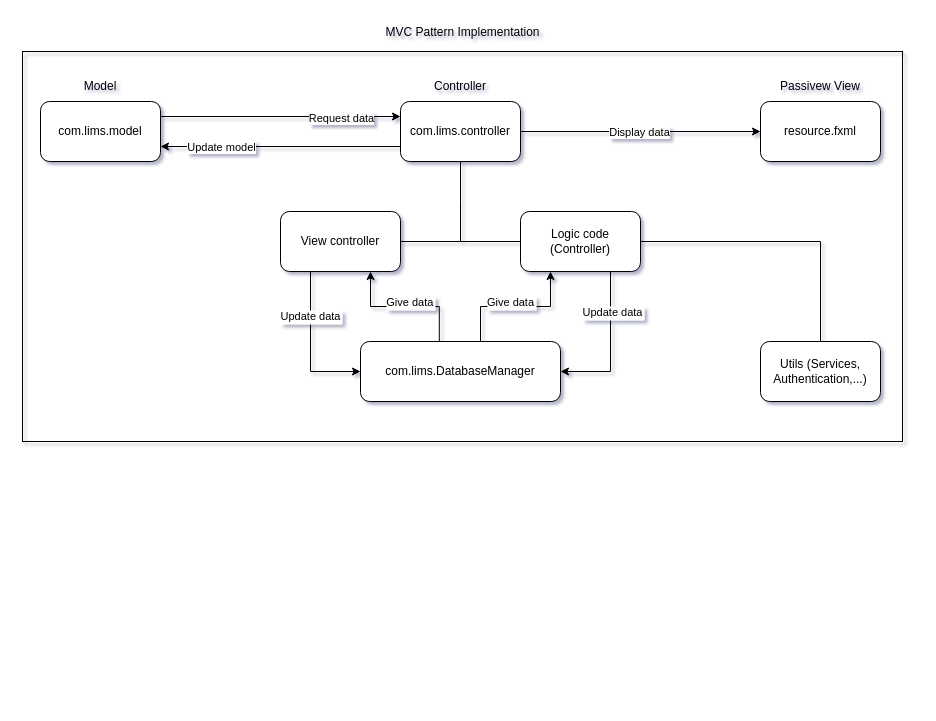
Before: docs/JavaLims Project Architecture.drawio in lgthevinh/java-lims, a draw.io diagram. Source tidied: cells renumbered, new cells numbered last; positions are measured from the earlier drawing's top-left corner, leaving out a move shared by most shapes. Both pictures are drawn from the tidied source at 100%, with x=0, y=0 at pixel (22, 17).
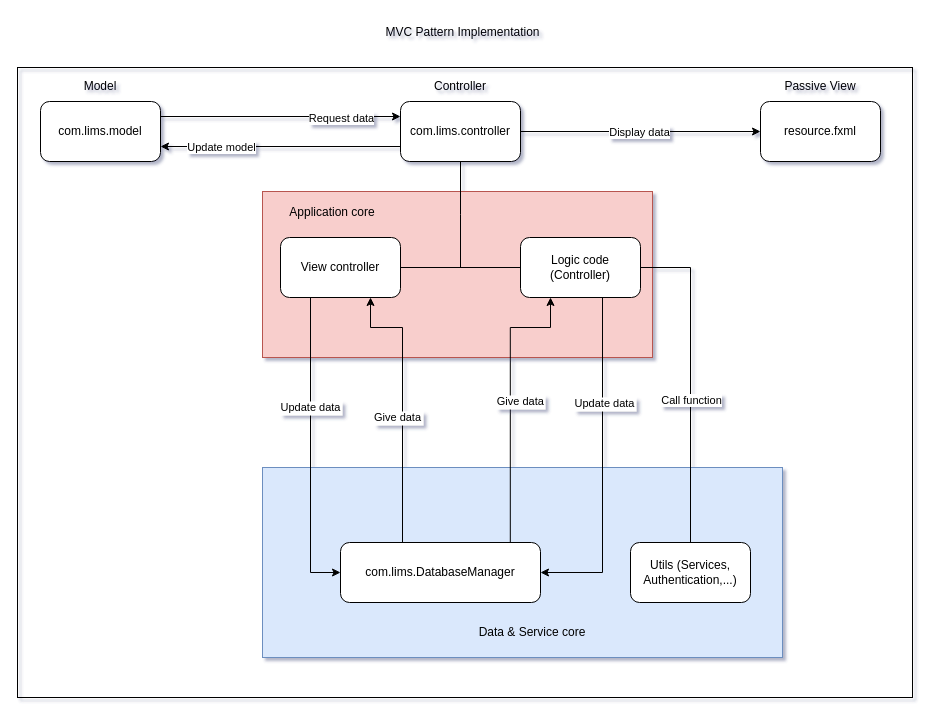
The same page after the edit.

The change refers to these unchanged cells:
```xml
<mxCell id="10" value="com.lims.controller" style="rounded=1;whiteSpace=wrap;html=1;" parent="1" vertex="1">
  <mxGeometry x="378" y="84" width="120" height="60" as="geometry" />
</mxCell>
<mxCell id="29" style="edgeStyle=orthogonalEdgeStyle;rounded=0;jettySize=auto;html=1;exitX=0.5;exitY=0;exitDx=0;exitDy=0;entryX=1;entryY=0.5;entryDx=0;entryDy=0;endArrow=none;endFill=0;" parent="1" edge="1" source="30" target="28">
  <mxGeometry relative="1" as="geometry" />
</mxCell>
```

Diff of the diagram source:
```diff
@@
     <mxCell id="2" style="rounded=0;whiteSpace=wrap;html=1;fillColor=none;" parent="1" vertex="1">
-      <mxGeometry y="34" width="880" height="390" as="geometry" />
+      <mxGeometry x="-5" y="50" width="895" height="630" as="geometry" />
     </mxCell>
+    <mxCell id="31" style="rounded=0;whiteSpace=wrap;html=1;fillColor=#dae8fc;strokeColor=#6c8ebf;" parent="1" vertex="1">
+      <mxGeometry x="240" y="450" width="520" height="190" as="geometry" />
+    </mxCell>
+    <mxCell id="32" style="rounded=0;whiteSpace=wrap;html=1;fillColor=#f8cecc;fillStyle=solid;strokeColor=#b85450;" parent="1" vertex="1">
+      <mxGeometry x="240" y="174" width="390" height="166" as="geometry" />
+    </mxCell>
@@
     <mxCell id="7" style="edgeStyle=orthogonalEdgeStyle;rounded=0;jettySize=auto;html=1;endArrow=none;endFill=0;" parent="1" edge="1" source="10">
       <mxGeometry relative="1" as="geometry">
-        <mxPoint x="438" y="224" as="targetPoint" />
+        <mxPoint x="438" y="250" as="targetPoint" />
       </mxGeometry>
     </mxCell>
@@
-    <mxCell id="14" value="Passivew View" style="text;html=1;align=center;verticalAlign=middle;whiteSpace=wrap;rounded=0;" parent="1" vertex="1">
+    <mxCell id="14" value="Passive View" style="text;html=1;align=center;verticalAlign=middle;whiteSpace=wrap;rounded=0;" parent="1" vertex="1">
       <mxGeometry x="748" y="54" width="100" height="30" as="geometry" />
     </mxCell>
-    <mxCell id="15" style="edgeStyle=orthogonalEdgeStyle;rounded=0;orthogonalLoop=1;jettySize=auto;html=1;entryX=0.25;entryY=1;entryDx=0;entryDy=0;exitX=0.75;exitY=0;exitDx=0;exitDy=0;" parent="1" edge="1">
+    <mxCell id="15" style="edgeStyle=orthogonalEdgeStyle;rounded=0;jettySize=auto;html=1;entryX=0.25;entryY=1;entryDx=0;entryDy=0;exitX=0.849;exitY=0.024;exitDx=0;exitDy=0;exitPerimeter=0;" parent="1" edge="1" source="19" target="28">
       <mxGeometry relative="1" as="geometry">
-        <mxPoint x="488" y="324" as="sourcePoint" />
-        <mxPoint x="528" y="254" as="targetPoint" />
         <Array as="points">
-          <mxPoint x="458" y="324" />
-          <mxPoint x="458" y="289" />
-          <mxPoint x="528" y="289" />
+          <mxPoint x="488" y="310" />
+          <mxPoint x="528" y="310" />
         </Array>
       </mxGeometry>
     </mxCell>
     <mxCell id="16" value="Give data" style="edgeLabel;align=center;verticalAlign=middle;" parent="15" vertex="1">
       <mxGeometry x="-0.05" y="-1" relative="1" as="geometry">
-        <mxPoint x="14" y="-6" as="offset" />
+        <mxPoint x="9" y="-7" as="offset" />
       </mxGeometry>
     </mxCell>
     <mxCell id="17" style="edgeStyle=orthogonalEdgeStyle;rounded=0;jettySize=auto;html=1;exitX=0.394;exitY=0.009;exitDx=0;exitDy=0;entryX=0.75;entryY=1;entryDx=0;entryDy=0;exitPerimeter=0;" parent="1" edge="1" source="19" target="25">
-      <mxGeometry relative="1" as="geometry" />
+      <mxGeometry relative="1" as="geometry">
+        <Array as="points">
+          <mxPoint x="380" y="525" />
+          <mxPoint x="380" y="310" />
+          <mxPoint x="348" y="310" />
+        </Array>
+      </mxGeometry>
     </mxCell>
     <mxCell id="18" value="Give data" style="edgeLabel;align=center;verticalAlign=middle;" parent="17" vertex="1">
       <mxGeometry x="-0.1" y="3" relative="1" as="geometry">
-        <mxPoint x="-2" y="-8" as="offset" />
+        <mxPoint x="-2" y="-11" as="offset" />
       </mxGeometry>
     </mxCell>
     <mxCell id="19" value="com.lims.DatabaseManager" style="rounded=1;whiteSpace=wrap;html=1;" parent="1" vertex="1">
-      <mxGeometry x="338" y="324" width="200" height="60" as="geometry" />
+      <mxGeometry x="318" y="525" width="200" height="60" as="geometry" />
     </mxCell>
     <mxCell id="20" style="edgeStyle=orthogonalEdgeStyle;rounded=0;jettySize=auto;html=1;entryX=0;entryY=0.5;entryDx=0;entryDy=0;" parent="1" edge="1" source="25" target="19">
       <mxGeometry relative="1" as="geometry">
         <Array as="points">
-          <mxPoint x="288" y="354" />
+          <mxPoint x="288" y="555" />
         </Array>
       </mxGeometry>
     </mxCell>
     <mxCell id="21" value="Update data" style="edgeLabel;align=center;verticalAlign=middle;" parent="20" vertex="1">
       <mxGeometry x="-0.36" relative="1" as="geometry">
-        <mxPoint y="-4" as="offset" />
+        <mxPoint y="11" as="offset" />
       </mxGeometry>
     </mxCell>
@@
     <mxCell id="25" value="View controller" style="rounded=1;whiteSpace=wrap;html=1;" parent="1" vertex="1">
-      <mxGeometry x="258" y="194" width="120" height="60" as="geometry" />
+      <mxGeometry x="258" y="220" width="120" height="60" as="geometry" />
     </mxCell>
     <mxCell id="26" style="edgeStyle=orthogonalEdgeStyle;rounded=0;jettySize=auto;html=1;entryX=1;entryY=0.5;entryDx=0;entryDy=0;" parent="1" edge="1" source="28" target="19">
       <mxGeometry relative="1" as="geometry">
         <Array as="points">
-          <mxPoint x="588" y="354" />
+          <mxPoint x="580" y="555" />
         </Array>
       </mxGeometry>
     </mxCell>
     <mxCell id="27" value="Update data" style="edgeLabel;align=center;verticalAlign=middle;" parent="26" vertex="1">
       <mxGeometry x="-0.19" y="2" relative="1" as="geometry">
-        <mxPoint y="-21" as="offset" />
+        <mxPoint y="-31" as="offset" />
       </mxGeometry>
     </mxCell>
     <mxCell id="28" value="Logic code (Controller)" style="rounded=1;whiteSpace=wrap;html=1;" parent="1" vertex="1">
-      <mxGeometry x="498" y="194" width="120" height="60" as="geometry" />
+      <mxGeometry x="498" y="220" width="120" height="60" as="geometry" />
     </mxCell>
@@
+    <mxCell id="33" value="Call function" style="edgeLabel;html=1;align=center;verticalAlign=middle;" parent="29" vertex="1">
+      <mxGeometry x="-0.18" y="-1" relative="1" as="geometry">
+        <mxPoint x="-1" y="-10" as="offset" />
+      </mxGeometry>
+    </mxCell>
     <mxCell id="30" value="Utils (Services, Authentication,...)" style="rounded=1;whiteSpace=wrap;html=1;" parent="1" vertex="1">
-      <mxGeometry x="738" y="324" width="120" height="60" as="geometry" />
+      <mxGeometry x="608" y="525" width="120" height="60" as="geometry" />
     </mxCell>
+    <mxCell id="34" value="Data &amp;amp; Service core" style="text;html=1;align=center;verticalAlign=middle;whiteSpace=wrap;rounded=0;" parent="1" vertex="1">
+      <mxGeometry x="450" y="600" width="120" height="30" as="geometry" />
+    </mxCell>
+    <mxCell id="35" value="Application core" style="text;html=1;align=center;verticalAlign=middle;whiteSpace=wrap;rounded=0;" parent="1" vertex="1">
+      <mxGeometry x="250" y="180" width="120" height="30" as="geometry" />
+    </mxCell>
```
